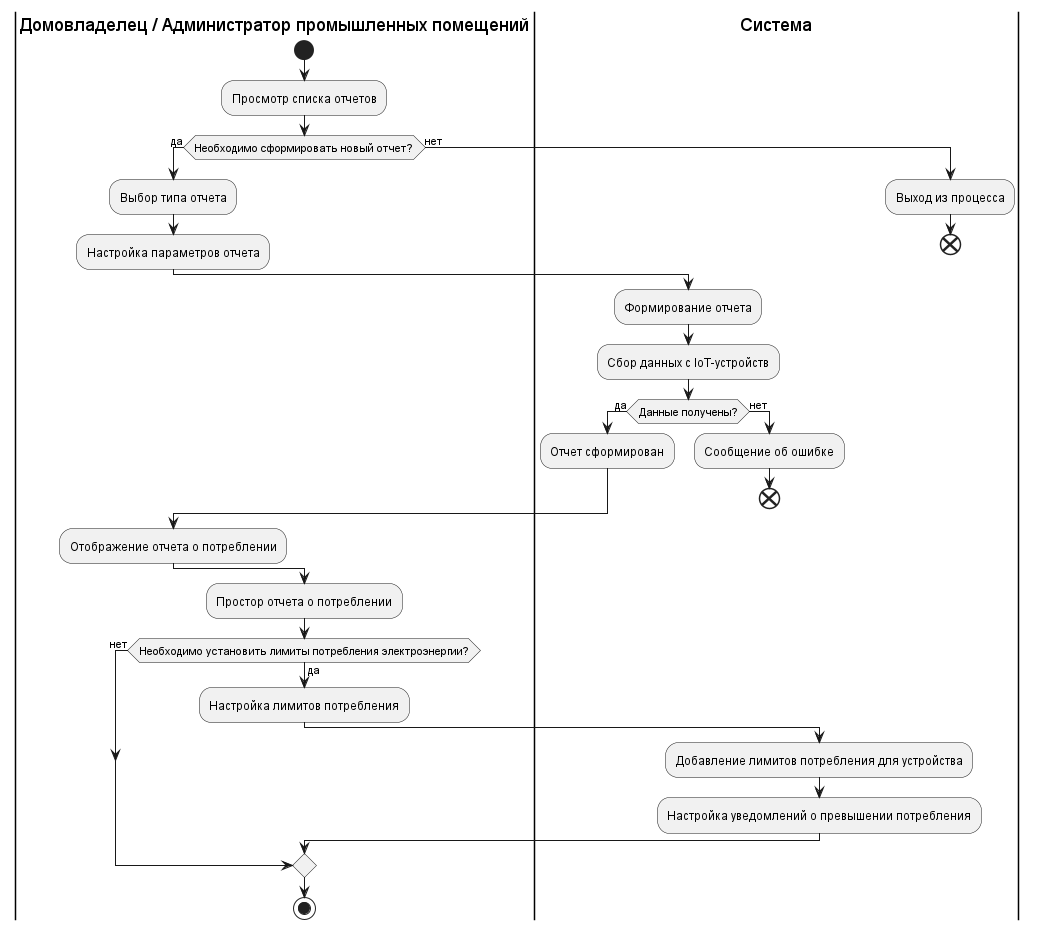
The PlantUML diagram out/2. Технический проект/activity/Диаграмма активности.png in I1yaMatveev/SoftwareDevelopmentTechnology, before a commit. The source it was exported from:
```plantuml
@startuml Диаграмма активности
|Домовладелец / Администратор промышленных помещений|
start
:Просмотр списка отчетов;
if (Необходимо сформировать новый отчет?) then (да)
    :Выбор типа отчета;
    :Настройка параметров отчета;
    |Система|
    :Формирование отчета;
    :Сбор данных с IoT-устройств;
    if (Данные получены?) then (да)
        :Отчет сформирован;
    else (нет)
        :Сообщение об ошибке;
        end
    endif
    |Домовладелец / Администратор промышленных помещений|
    :Отображение отчета о потреблении;
else (нет)
    |Система|
    :Выход из процесса;
    end
endif
|Домовладелец / Администратор промышленных помещений|
:Простор отчета о потреблении;
if (Необходимо установить лимиты потребления электроэнергии?) then (да)
    :Настройка лимитов потребления;
    |Система|
    :Добавление лимитов потребления для устройства;
    :Настройка уведомлений о превышении потребления;
    |Домовладелец / Администратор промышленных помещений|
else (нет)
endif
stop
@enduml
```
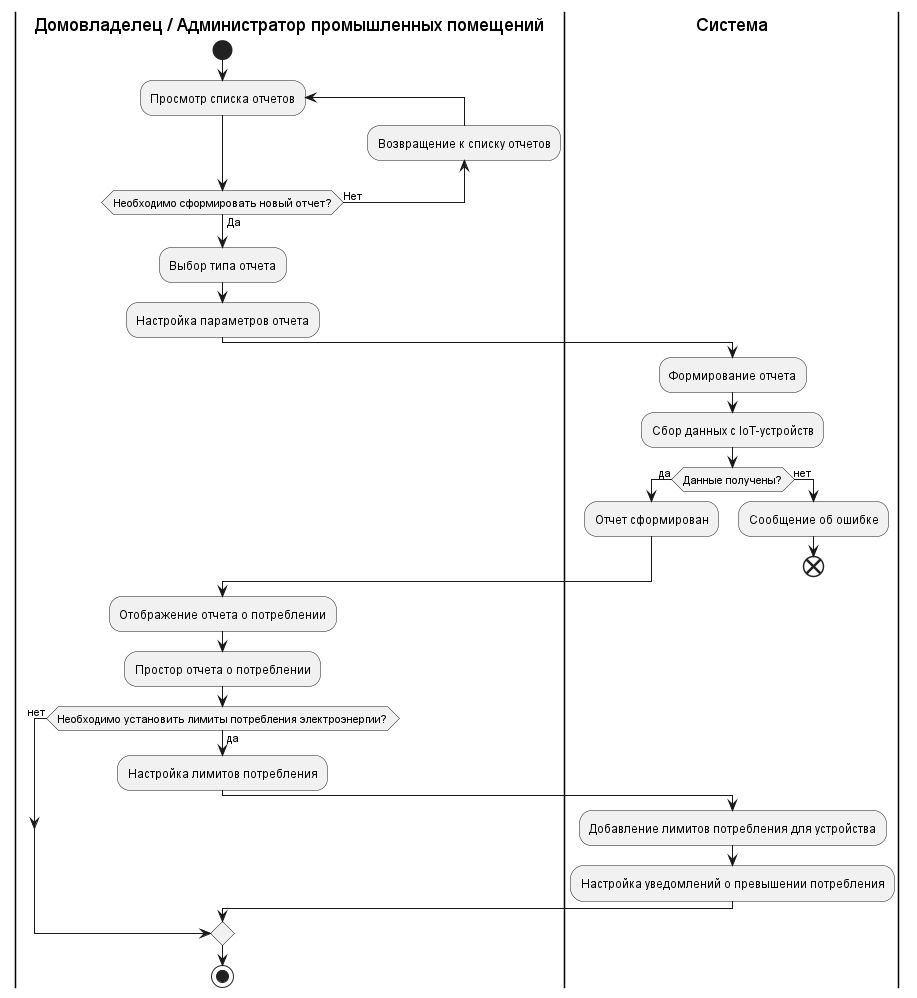
Above is the later version.

Commit message:
Обновил диаграмму активности

The edit, as a diff of the source:
```diff
@@ -1,8 +1,9 @@
 @startuml Диаграмма активности
 |Домовладелец / Администратор промышленных помещений|
 start
-:Просмотр списка отчетов;
-if (Необходимо сформировать новый отчет?) then (да)
+repeat :Просмотр списка отчетов;
+backward :Возвращение к списку отчетов;
+repeat while (Необходимо сформировать новый отчет?) is (Нет) not (Да)
     :Выбор типа отчета;
     :Настройка параметров отчета;
     |Система|
@@ -16,11 +17,6 @@
     endif
     |Домовладелец / Администратор промышленных помещений|
     :Отображение отчета о потреблении;
-else (нет)
-    |Система|
-    :Выход из процесса;
-    end
-endif
 |Домовладелец / Администратор промышленных помещений|
 :Простор отчета о потреблении;
 if (Необходимо установить лимиты потребления электроэнергии?) then (да)
```
